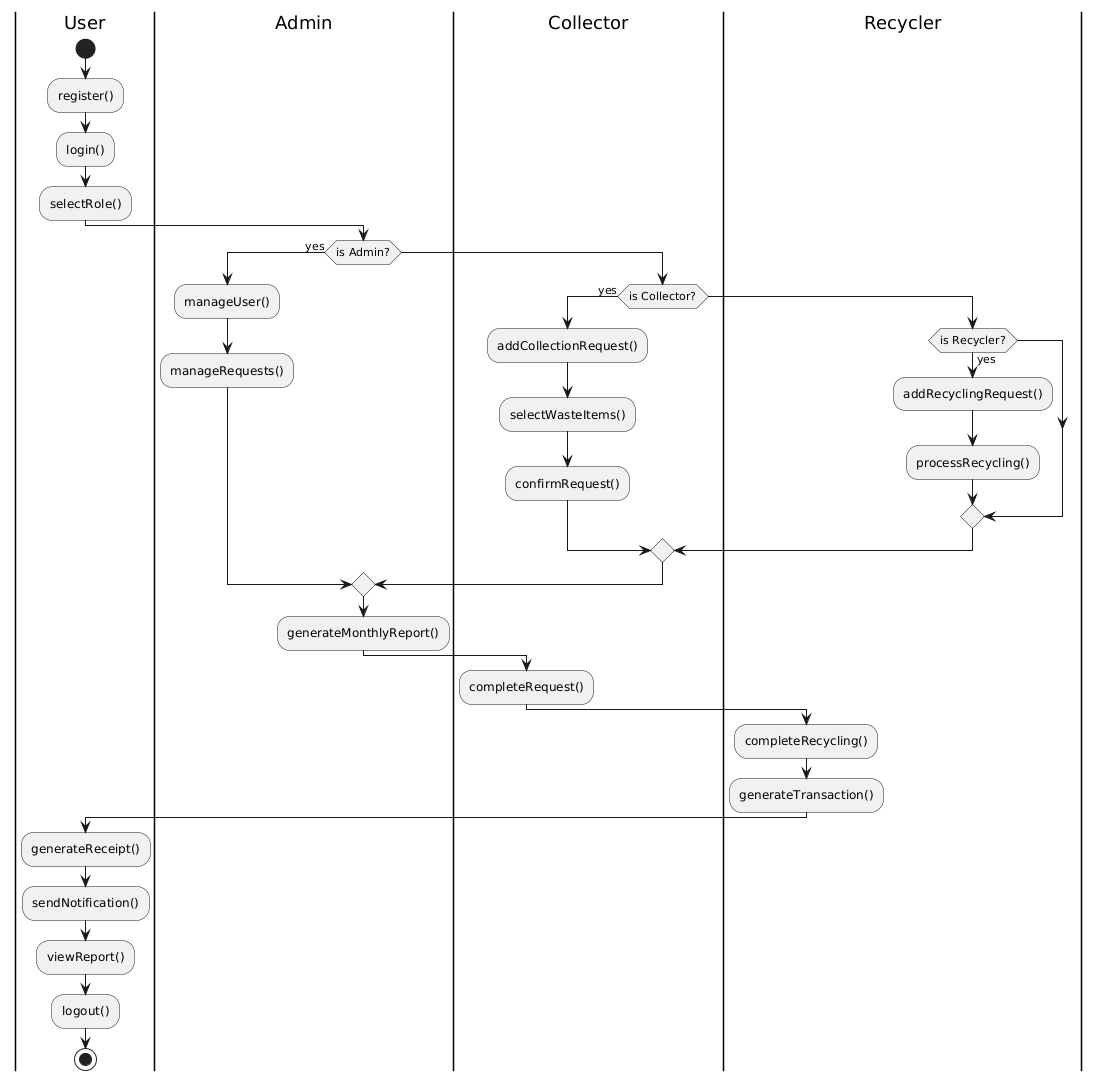
Before: activityDiagram.png, a diagram exported from PlantUML (dhwalief/waste-manajement-system). The source it was exported from:
```plantuml
@startuml
|User|
start
:register();
:login();
:selectRole();

|Admin|
if (is Admin?) then (yes)
  :manageUser();
  :manageRequests();
else
  |Collector|
  if (is Collector?) then (yes)
    :addCollectionRequest();
    :selectWasteItems();
    :confirmRequest();
  else
    |Recycler|
    if (is Recycler?) then (yes)
      :addRecyclingRequest();
      :processRecycling();
    endif
  endif
endif

|Admin|
:generateMonthlyReport();

|Collector|
:completeRequest();

|Recycler|
:completeRecycling();
:generateTransaction();

|User|
:generateReceipt();
:sendNotification();
:viewReport();

|User|
:logout();
stop
@enduml
```
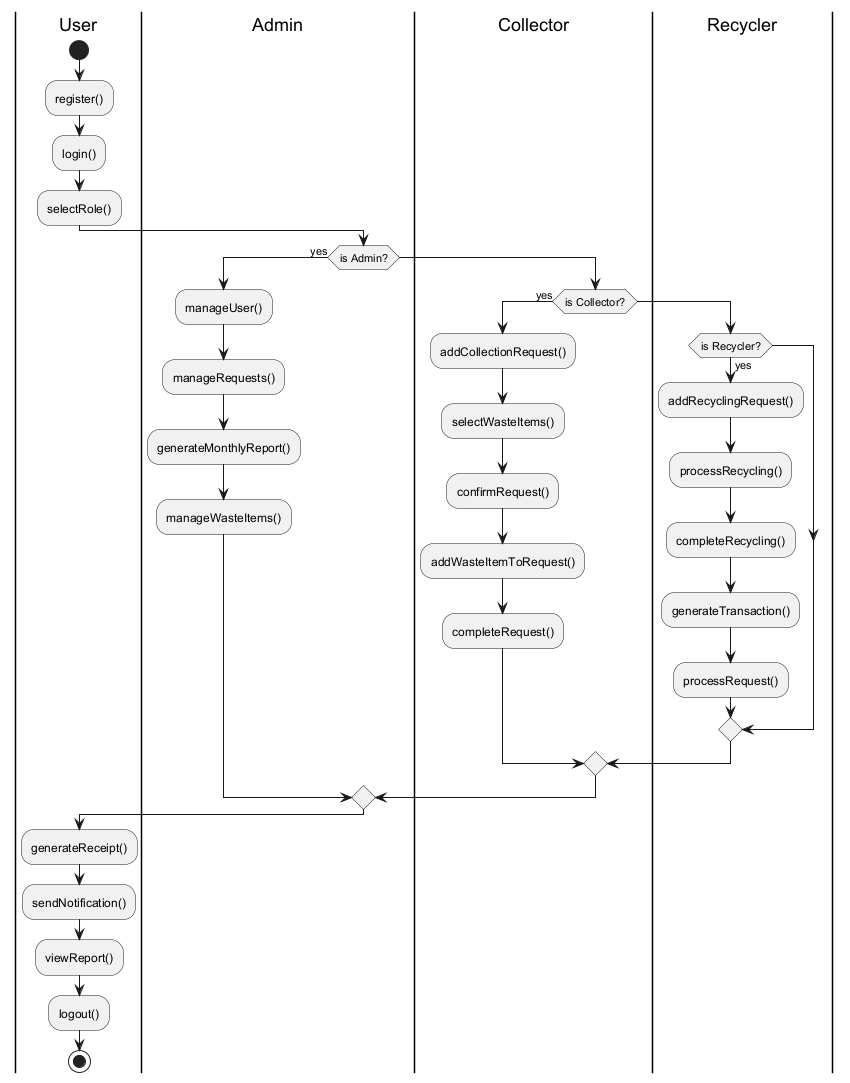
After the commit.

The edit, as a diff of the source:
```diff
@@ -9,37 +9,32 @@
 if (is Admin?) then (yes)
   :manageUser();
   :manageRequests();
+  :generateMonthlyReport();
+  :manageWasteItems();
 else
   |Collector|
   if (is Collector?) then (yes)
     :addCollectionRequest();
     :selectWasteItems();
     :confirmRequest();
+    :addWasteItemToRequest();
+    :completeRequest();
   else
     |Recycler|
     if (is Recycler?) then (yes)
       :addRecyclingRequest();
       :processRecycling();
+      :completeRecycling();
+      :generateTransaction();
+      :processRequest();
     endif
   endif
 endif
-
-|Admin|
-:generateMonthlyReport();
-
-|Collector|
-:completeRequest();
-
-|Recycler|
-:completeRecycling();
-:generateTransaction();
 
 |User|
 :generateReceipt();
 :sendNotification();
 :viewReport();
-
-|User|
 :logout();
 stop
 @enduml
```
